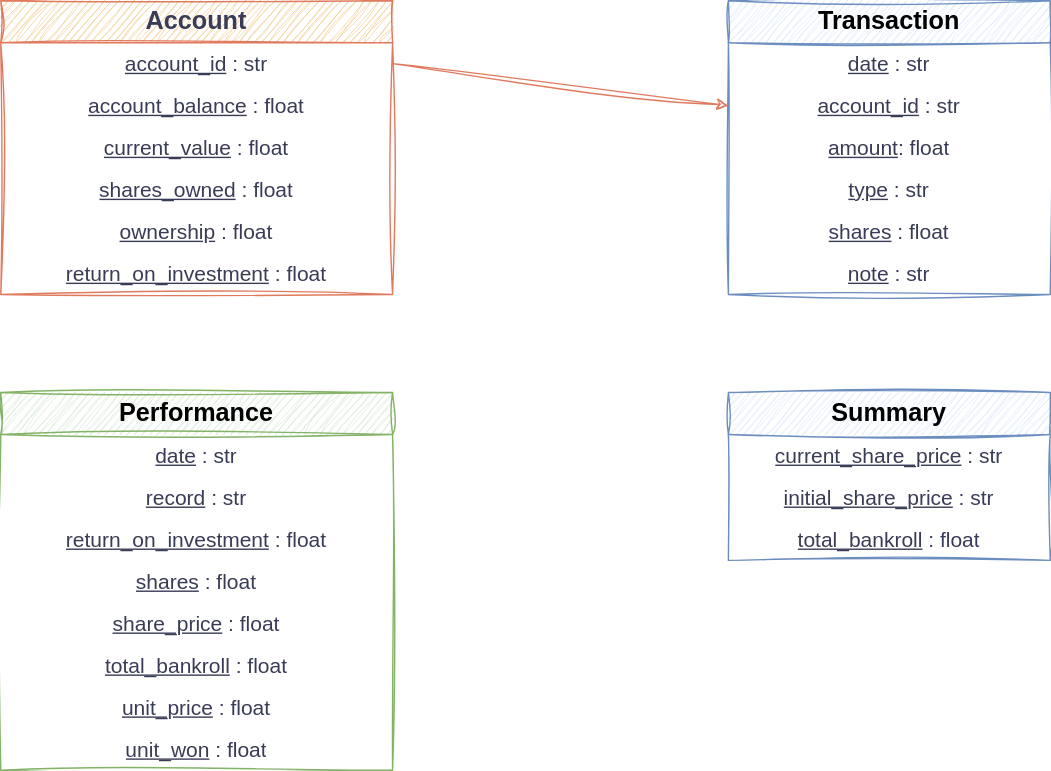
Above: diagrams/Models.svg in bellanov/the-private-ledger (draw.io), before the change. Source tidied: cells renumbered, new cells last; positions are measured from the earlier drawing's top-left corner, leaving out a move shared by most shapes.
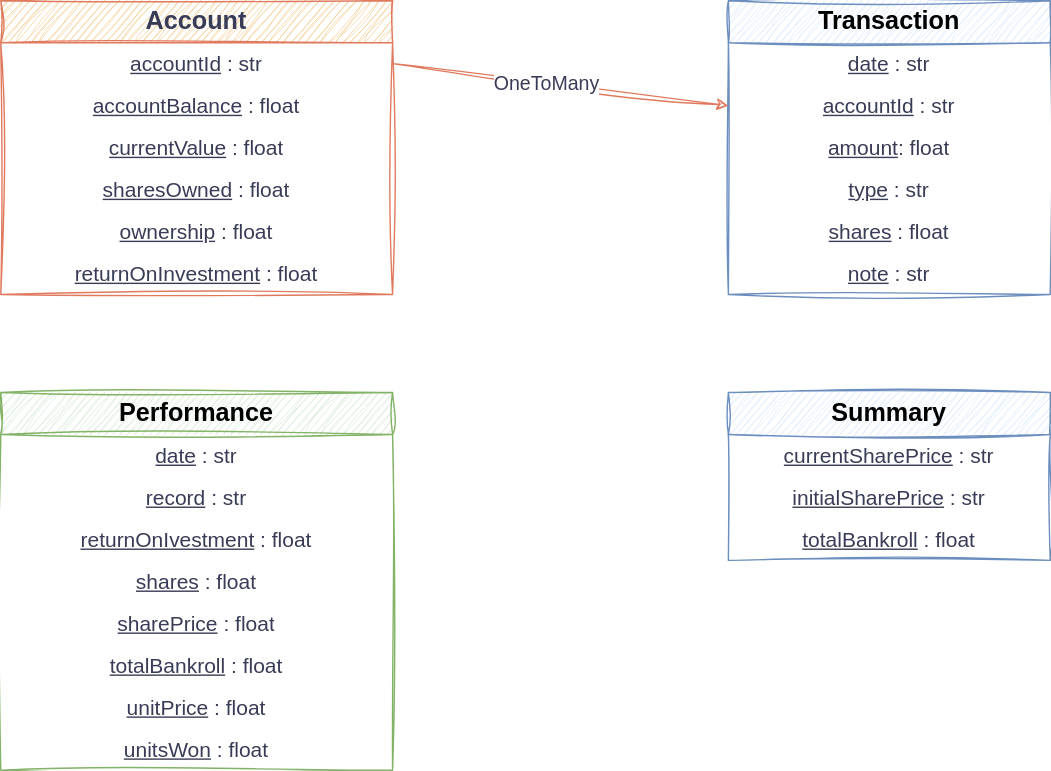
The same file after the commit.

Commit message:
Updated models diagram

Diff of the diagram source:
```diff
@@ -5,22 +5,22 @@
     <mxCell id="2" value="Account" style="swimlane;fontStyle=1;horizontal=1;startSize=30;whiteSpace=wrap;html=1;sketch=1;hachureGap=4;jiggle=2;curveFitting=1;strokeColor=#E07A5F;fontFamily=Helvetica;fontColor=#393C56;fillColor=#F2CC8F;fontSize=18;" parent="1" vertex="1">
       <mxGeometry width="280" height="210" as="geometry" />
     </mxCell>
-    <mxCell id="3" value="&lt;u&gt;account_id&lt;/u&gt; : str" style="text;strokeColor=none;fillColor=none;align=center;verticalAlign=middle;spacingLeft=4;spacingRight=4;overflow=hidden;points=[[0,0.5],[1,0.5]];portConstraint=eastwest;whiteSpace=wrap;html=1;fontFamily=Helvetica;fontColor=#393C56;fontSize=15;spacingBottom=0;" parent="2" vertex="1">
+    <mxCell id="3" value="&lt;u&gt;accountId&lt;/u&gt; : str" style="text;strokeColor=none;fillColor=none;align=center;verticalAlign=middle;spacingLeft=4;spacingRight=4;overflow=hidden;points=[[0,0.5],[1,0.5]];portConstraint=eastwest;whiteSpace=wrap;html=1;fontFamily=Helvetica;fontColor=#393C56;fontSize=15;spacingBottom=0;" parent="2" vertex="1">
       <mxGeometry y="30" width="280" height="30" as="geometry" />
     </mxCell>
-    <mxCell id="4" value="&lt;u&gt;account_balance&lt;/u&gt; : float" style="text;strokeColor=none;fillColor=none;align=center;verticalAlign=middle;spacingLeft=4;spacingRight=4;overflow=hidden;whiteSpace=wrap;html=1;fontFamily=Helvetica;fontColor=#393C56;fontSize=15;" parent="2" vertex="1">
+    <mxCell id="4" value="&lt;u&gt;accountBalance&lt;/u&gt; : float" style="text;strokeColor=none;fillColor=none;align=center;verticalAlign=middle;spacingLeft=4;spacingRight=4;overflow=hidden;whiteSpace=wrap;html=1;fontFamily=Helvetica;fontColor=#393C56;fontSize=15;" parent="2" vertex="1">
       <mxGeometry y="60" width="280" height="30" as="geometry" />
     </mxCell>
-    <mxCell id="5" value="&lt;u&gt;current_value&lt;/u&gt; : float" style="text;strokeColor=none;fillColor=none;align=center;verticalAlign=middle;spacingLeft=4;spacingRight=4;overflow=hidden;whiteSpace=wrap;html=1;fontFamily=Helvetica;fontColor=#393C56;fontSize=15;" parent="2" vertex="1">
+    <mxCell id="5" value="&lt;u&gt;currentValue&lt;/u&gt;&amp;nbsp;: float" style="text;strokeColor=none;fillColor=none;align=center;verticalAlign=middle;spacingLeft=4;spacingRight=4;overflow=hidden;whiteSpace=wrap;html=1;fontFamily=Helvetica;fontColor=#393C56;fontSize=15;" parent="2" vertex="1">
       <mxGeometry y="90" width="280" height="30" as="geometry" />
     </mxCell>
-    <mxCell id="6" value="&lt;u&gt;shares_owned&lt;/u&gt; : float" style="text;strokeColor=none;fillColor=none;align=center;verticalAlign=middle;spacingLeft=4;spacingRight=4;overflow=hidden;whiteSpace=wrap;html=1;fontFamily=Helvetica;fontColor=#393C56;fontSize=15;" parent="2" vertex="1">
+    <mxCell id="6" value="&lt;u&gt;sharesOwned&lt;/u&gt; : float" style="text;strokeColor=none;fillColor=none;align=center;verticalAlign=middle;spacingLeft=4;spacingRight=4;overflow=hidden;whiteSpace=wrap;html=1;fontFamily=Helvetica;fontColor=#393C56;fontSize=15;" parent="2" vertex="1">
       <mxGeometry y="120" width="280" height="30" as="geometry" />
     </mxCell>
     <mxCell id="7" value="&lt;u&gt;ownership&lt;/u&gt; : float" style="text;strokeColor=none;fillColor=none;align=center;verticalAlign=middle;spacingLeft=4;spacingRight=4;overflow=hidden;whiteSpace=wrap;html=1;fontFamily=Helvetica;fontColor=#393C56;fontSize=15;" parent="2" vertex="1">
       <mxGeometry y="150" width="280" height="30" as="geometry" />
     </mxCell>
-    <mxCell id="8" value="&lt;u&gt;return_on_investment&lt;/u&gt; : float" style="text;strokeColor=none;fillColor=none;align=center;verticalAlign=middle;spacingLeft=4;spacingRight=4;overflow=hidden;whiteSpace=wrap;html=1;fontFamily=Helvetica;fontColor=#393C56;fontSize=15;" parent="2" vertex="1">
+    <mxCell id="8" value="&lt;u&gt;returnOnInvestment&lt;/u&gt;&amp;nbsp;: float" style="text;strokeColor=none;fillColor=none;align=center;verticalAlign=middle;spacingLeft=4;spacingRight=4;overflow=hidden;whiteSpace=wrap;html=1;fontFamily=Helvetica;fontColor=#393C56;fontSize=15;" parent="2" vertex="1">
       <mxGeometry y="180" width="280" height="30" as="geometry" />
     </mxCell>
     <mxCell id="9" value="Performance" style="swimlane;fontStyle=1;horizontal=1;startSize=30;whiteSpace=wrap;html=1;sketch=1;hachureGap=4;jiggle=2;curveFitting=1;strokeColor=#82b366;fontFamily=Helvetica;fillColor=#d5e8d4;fontSize=18;align=center;" parent="1" vertex="1">
@@ -32,22 +32,22 @@
     <mxCell id="11" value="&lt;u&gt;record&lt;/u&gt; : str" style="text;strokeColor=none;fillColor=none;align=center;verticalAlign=middle;spacingLeft=4;spacingRight=4;overflow=hidden;whiteSpace=wrap;html=1;fontFamily=Helvetica;fontColor=#393C56;fontSize=15;" parent="9" vertex="1">
       <mxGeometry y="60" width="280" height="30" as="geometry" />
     </mxCell>
-    <mxCell id="12" value="&lt;u&gt;return_on_investment&lt;/u&gt; : float" style="text;strokeColor=none;fillColor=none;align=center;verticalAlign=middle;spacingLeft=4;spacingRight=4;overflow=hidden;whiteSpace=wrap;html=1;fontFamily=Helvetica;fontColor=#393C56;fontSize=15;" parent="9" vertex="1">
+    <mxCell id="12" value="&lt;u&gt;returnOnIvestment&lt;/u&gt; : float" style="text;strokeColor=none;fillColor=none;align=center;verticalAlign=middle;spacingLeft=4;spacingRight=4;overflow=hidden;whiteSpace=wrap;html=1;fontFamily=Helvetica;fontColor=#393C56;fontSize=15;" parent="9" vertex="1">
       <mxGeometry y="90" width="280" height="30" as="geometry" />
     </mxCell>
     <mxCell id="13" value="&lt;u&gt;shares&lt;/u&gt; : float" style="text;strokeColor=none;fillColor=none;align=center;verticalAlign=middle;spacingLeft=4;spacingRight=4;overflow=hidden;whiteSpace=wrap;html=1;fontFamily=Helvetica;fontColor=#393C56;fontSize=15;" parent="9" vertex="1">
       <mxGeometry y="120" width="280" height="30" as="geometry" />
     </mxCell>
-    <mxCell id="14" value="&lt;u&gt;share_price&lt;/u&gt;&amp;nbsp;&lt;span style=&quot;background-color: transparent; color: light-dark(rgb(57, 60, 86), rgb(182, 184, 207));&quot;&gt;: float&lt;/span&gt;" style="text;strokeColor=none;fillColor=none;align=center;verticalAlign=middle;spacingLeft=4;spacingRight=4;overflow=hidden;whiteSpace=wrap;html=1;fontFamily=Helvetica;fontColor=#393C56;fontSize=15;" parent="9" vertex="1">
+    <mxCell id="14" value="&lt;u&gt;sharePrice&lt;/u&gt;&amp;nbsp;&lt;span style=&quot;background-color: transparent; color: light-dark(rgb(57, 60, 86), rgb(182, 184, 207));&quot;&gt;: float&lt;/span&gt;" style="text;strokeColor=none;fillColor=none;align=center;verticalAlign=middle;spacingLeft=4;spacingRight=4;overflow=hidden;whiteSpace=wrap;html=1;fontFamily=Helvetica;fontColor=#393C56;fontSize=15;" parent="9" vertex="1">
       <mxGeometry y="150" width="280" height="30" as="geometry" />
     </mxCell>
-    <mxCell id="15" value="&lt;u&gt;total_bankroll&lt;/u&gt;&amp;nbsp;&lt;span style=&quot;background-color: transparent; color: light-dark(rgb(57, 60, 86), rgb(182, 184, 207));&quot;&gt;: float&lt;/span&gt;" style="text;strokeColor=none;fillColor=none;align=center;verticalAlign=middle;spacingLeft=4;spacingRight=4;overflow=hidden;whiteSpace=wrap;html=1;fontFamily=Helvetica;fontColor=#393C56;fontSize=15;" parent="9" vertex="1">
+    <mxCell id="15" value="&lt;u&gt;totalBankroll&lt;/u&gt;&amp;nbsp;&lt;span style=&quot;background-color: transparent; color: light-dark(rgb(57, 60, 86), rgb(182, 184, 207));&quot;&gt;: float&lt;/span&gt;" style="text;strokeColor=none;fillColor=none;align=center;verticalAlign=middle;spacingLeft=4;spacingRight=4;overflow=hidden;whiteSpace=wrap;html=1;fontFamily=Helvetica;fontColor=#393C56;fontSize=15;" parent="9" vertex="1">
       <mxGeometry y="180" width="280" height="30" as="geometry" />
     </mxCell>
-    <mxCell id="16" value="&lt;u&gt;unit_price&lt;/u&gt;&amp;nbsp;&lt;span style=&quot;background-color: transparent; color: light-dark(rgb(57, 60, 86), rgb(182, 184, 207));&quot;&gt;: float&lt;/span&gt;" style="text;strokeColor=none;fillColor=none;align=center;verticalAlign=middle;spacingLeft=4;spacingRight=4;overflow=hidden;whiteSpace=wrap;html=1;fontFamily=Helvetica;fontColor=#393C56;fontSize=15;" parent="9" vertex="1">
+    <mxCell id="16" value="&lt;u&gt;unitPrice&lt;/u&gt;&amp;nbsp;&lt;span style=&quot;background-color: transparent; color: light-dark(rgb(57, 60, 86), rgb(182, 184, 207));&quot;&gt;: float&lt;/span&gt;" style="text;strokeColor=none;fillColor=none;align=center;verticalAlign=middle;spacingLeft=4;spacingRight=4;overflow=hidden;whiteSpace=wrap;html=1;fontFamily=Helvetica;fontColor=#393C56;fontSize=15;" parent="9" vertex="1">
       <mxGeometry y="210" width="280" height="30" as="geometry" />
     </mxCell>
-    <mxCell id="17" value="&lt;u&gt;unit_won&lt;/u&gt;&amp;nbsp;&lt;span style=&quot;background-color: transparent; color: light-dark(rgb(57, 60, 86), rgb(182, 184, 207));&quot;&gt;: float&lt;/span&gt;" style="text;strokeColor=none;fillColor=none;align=center;verticalAlign=middle;spacingLeft=4;spacingRight=4;overflow=hidden;whiteSpace=wrap;html=1;fontFamily=Helvetica;fontColor=#393C56;fontSize=15;" parent="9" vertex="1">
+    <mxCell id="17" value="&lt;u&gt;unitsWon&lt;/u&gt;&amp;nbsp;&lt;span style=&quot;background-color: transparent; color: light-dark(rgb(57, 60, 86), rgb(182, 184, 207));&quot;&gt;: float&lt;/span&gt;" style="text;strokeColor=none;fillColor=none;align=center;verticalAlign=middle;spacingLeft=4;spacingRight=4;overflow=hidden;whiteSpace=wrap;html=1;fontFamily=Helvetica;fontColor=#393C56;fontSize=15;" parent="9" vertex="1">
       <mxGeometry y="240" width="280" height="30" as="geometry" />
     </mxCell>
     <mxCell id="18" value="Transaction" style="swimlane;fontStyle=1;horizontal=1;startSize=30;whiteSpace=wrap;html=1;sketch=1;hachureGap=4;jiggle=2;curveFitting=1;strokeColor=#6c8ebf;fontFamily=Helvetica;fillColor=#dae8fc;fontSize=18;" parent="1" vertex="1">
@@ -56,7 +56,7 @@
     <mxCell id="19" value="&lt;u&gt;date&lt;/u&gt; : str" style="text;strokeColor=none;fillColor=none;align=center;verticalAlign=middle;spacingLeft=4;spacingRight=4;overflow=hidden;whiteSpace=wrap;html=1;fontFamily=Helvetica;fontColor=#393C56;fontSize=15;labelBorderColor=none;rounded=0;shadow=0;" parent="18" vertex="1">
       <mxGeometry y="30" width="230" height="30" as="geometry" />
     </mxCell>
-    <mxCell id="20" value="&lt;u&gt;account_id&lt;/u&gt;&amp;nbsp;: str" style="text;strokeColor=none;fillColor=none;align=center;verticalAlign=middle;spacingLeft=4;spacingRight=4;overflow=hidden;points=[[0,0.5],[1,0.5]];portConstraint=eastwest;whiteSpace=wrap;html=1;fontFamily=Helvetica;fontColor=#393C56;fontSize=15;" parent="18" vertex="1">
+    <mxCell id="20" value="&lt;u&gt;accountId&lt;/u&gt;&amp;nbsp;: str" style="text;strokeColor=none;fillColor=none;align=center;verticalAlign=middle;spacingLeft=4;spacingRight=4;overflow=hidden;points=[[0,0.5],[1,0.5]];portConstraint=eastwest;whiteSpace=wrap;html=1;fontFamily=Helvetica;fontColor=#393C56;fontSize=15;" parent="18" vertex="1">
       <mxGeometry y="60" width="230" height="30" as="geometry" />
     </mxCell>
     <mxCell id="21" value="&lt;u&gt;amount&lt;/u&gt;: float" style="text;strokeColor=none;fillColor=none;align=center;verticalAlign=middle;spacingLeft=4;spacingRight=4;overflow=hidden;whiteSpace=wrap;html=1;fontFamily=Helvetica;fontColor=#393C56;fontSize=15;" parent="18" vertex="1">
@@ -74,17 +74,20 @@
     <mxCell id="25" value="Summary" style="swimlane;fontStyle=1;horizontal=1;startSize=30;whiteSpace=wrap;html=1;sketch=1;hachureGap=4;jiggle=2;curveFitting=1;strokeColor=#6c8ebf;fontFamily=Helvetica;fillColor=#dae8fc;fontSize=18;" parent="1" vertex="1">
       <mxGeometry x="520" y="280" width="230" height="120" as="geometry" />
     </mxCell>
-    <mxCell id="26" value="&lt;u&gt;current_share_price&lt;/u&gt; : str" style="text;strokeColor=none;fillColor=none;align=center;verticalAlign=middle;spacingLeft=4;spacingRight=4;overflow=hidden;whiteSpace=wrap;html=1;fontFamily=Helvetica;fontColor=#393C56;fontSize=15;" parent="25" vertex="1">
+    <mxCell id="26" value="&lt;u&gt;currentSharePrice&lt;/u&gt; : str" style="text;strokeColor=none;fillColor=none;align=center;verticalAlign=middle;spacingLeft=4;spacingRight=4;overflow=hidden;whiteSpace=wrap;html=1;fontFamily=Helvetica;fontColor=#393C56;fontSize=15;" parent="25" vertex="1">
       <mxGeometry y="30" width="230" height="30" as="geometry" />
     </mxCell>
-    <mxCell id="27" value="&lt;u&gt;initial_share_price&lt;/u&gt; : str" style="text;strokeColor=none;fillColor=none;align=center;verticalAlign=middle;spacingLeft=4;spacingRight=4;overflow=hidden;whiteSpace=wrap;html=1;fontFamily=Helvetica;fontColor=#393C56;fontSize=15;" parent="25" vertex="1">
+    <mxCell id="27" value="&lt;u&gt;initialSharePrice&lt;/u&gt; : str" style="text;strokeColor=none;fillColor=none;align=center;verticalAlign=middle;spacingLeft=4;spacingRight=4;overflow=hidden;whiteSpace=wrap;html=1;fontFamily=Helvetica;fontColor=#393C56;fontSize=15;" parent="25" vertex="1">
       <mxGeometry y="60" width="230" height="30" as="geometry" />
     </mxCell>
-    <mxCell id="28" value="&lt;u&gt;total_bankroll&lt;/u&gt; : float" style="text;strokeColor=none;fillColor=none;align=center;verticalAlign=middle;spacingLeft=4;spacingRight=4;overflow=hidden;whiteSpace=wrap;html=1;fontFamily=Helvetica;fontColor=#393C56;fontSize=15;" parent="25" vertex="1">
+    <mxCell id="28" value="&lt;u&gt;totalBankroll&lt;/u&gt; : float" style="text;strokeColor=none;fillColor=none;align=center;verticalAlign=middle;spacingLeft=4;spacingRight=4;overflow=hidden;whiteSpace=wrap;html=1;fontFamily=Helvetica;fontColor=#393C56;fontSize=15;" parent="25" vertex="1">
       <mxGeometry y="90" width="230" height="30" as="geometry" />
     </mxCell>
     <mxCell id="29" style="endArrow=classic;html=1;rounded=0;sketch=1;hachureGap=4;jiggle=2;curveFitting=1;strokeColor=#E07A5F;fontFamily=Architects Daughter;fontSource=https%3A%2F%2Ffonts.googleapis.com%2Fcss%3Ffamily%3DArchitects%2BDaughter;fontColor=#393C56;fillColor=#F2CC8F;exitX=1;exitY=0.5;exitDx=0;exitDy=0;entryX=0;entryY=0.5;entryDx=0;entryDy=0;" parent="1" edge="1" source="3" target="20">
       <mxGeometry relative="1" as="geometry" />
     </mxCell>
+    <mxCell id="30" value="OneToMany" style="edgeLabel;html=1;align=center;verticalAlign=middle;sketch=1;hachureGap=4;jiggle=2;curveFitting=1;strokeColor=#E07A5F;fontFamily=Helvetica;fontColor=#393C56;fillColor=#F2CC8F;fontSize=14;" parent="29" vertex="1">
+      <mxGeometry x="-0.09" relative="1" as="geometry" />
+    </mxCell>
   </root>
 </mxGraphModel>
```
